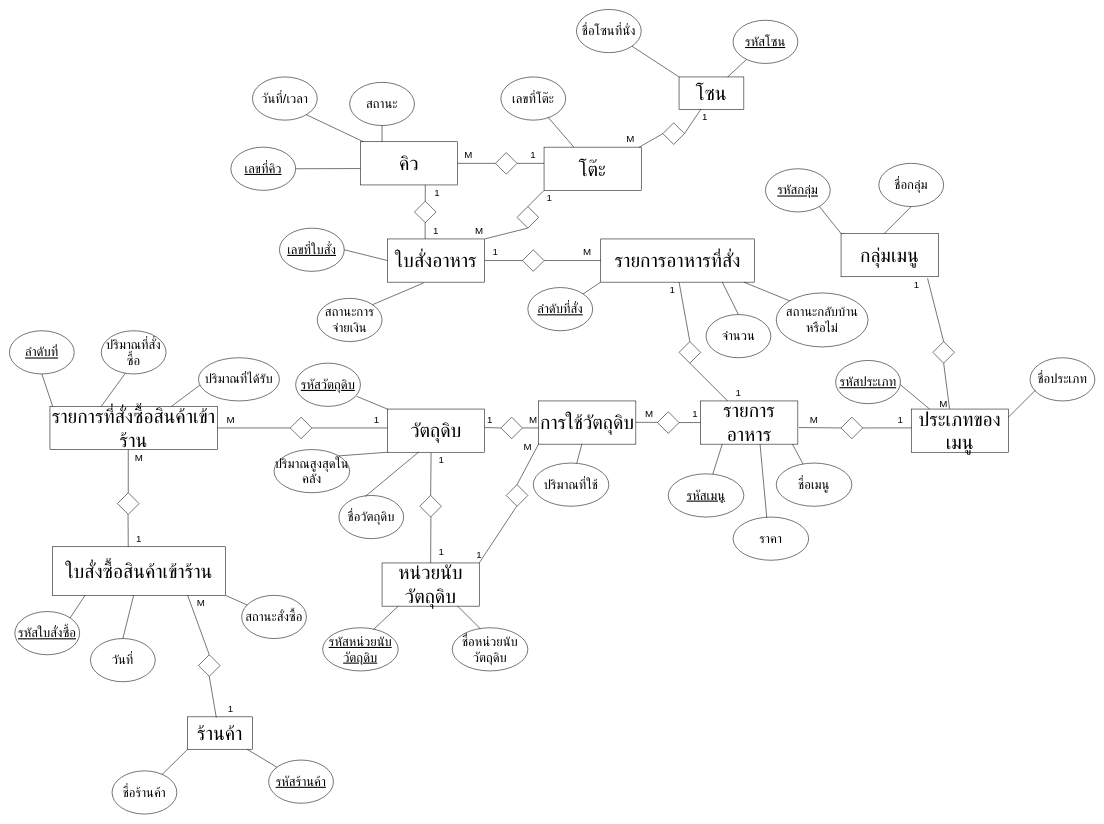
Before: แบบแผนที่ยังไม่ได้ตั้งชื่อ.drawio in banthitamakjeen/git-workshop, a draw.io diagram. Source tidied: cells renumbered, new cells numbered last; positions are measured from the earlier drawing's top-left corner, leaving out a move shared by most shapes. Both pictures are drawn from the tidied source at 54%, with x=0, y=0 at pixel (9, 9).
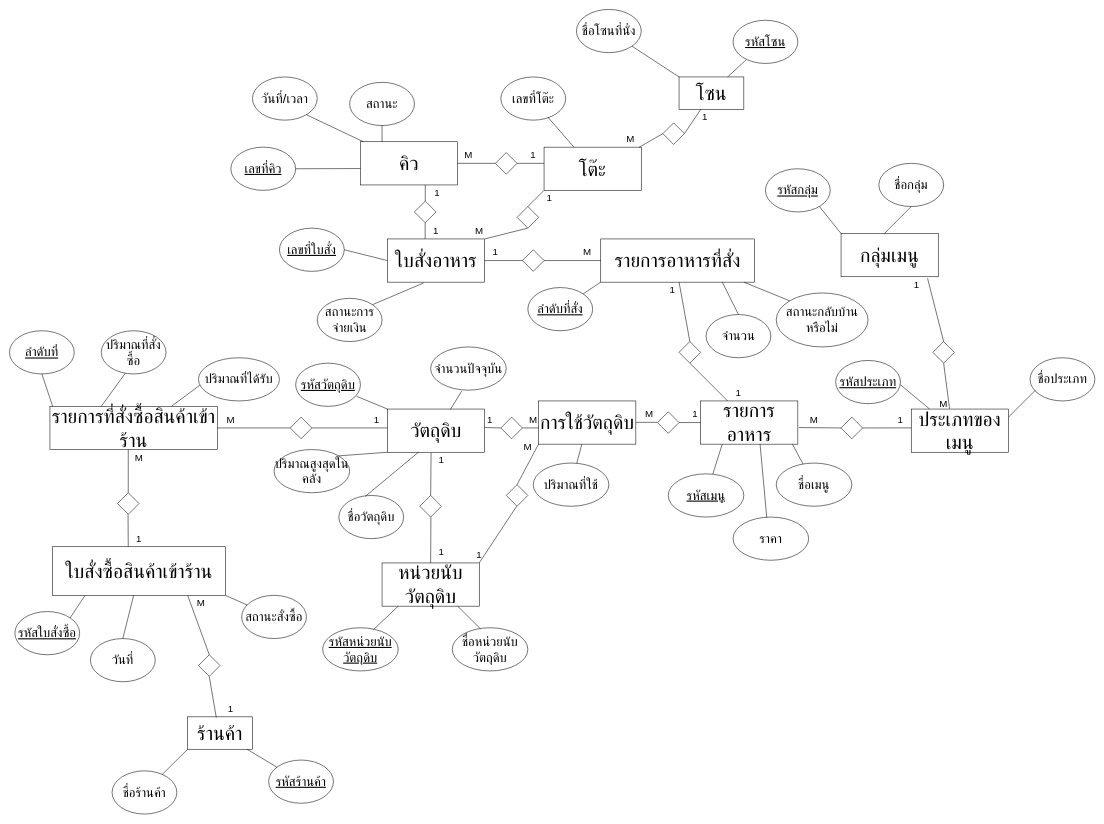
Above is the later version.

Unchanged cells that the change refers to:
```xml
<mxCell id="2" value="&lt;font style=&quot;font-size: 36px;&quot;&gt;วัตถุดิบ&lt;/font&gt;" style="rounded=0;whiteSpace=wrap;html=1;" parent="1" vertex="1">
  <mxGeometry x="700" y="740" width="180" height="80" as="geometry" />
</mxCell>
```

What changed in the source:
```diff
@@
+    <mxCell id="155" value="&lt;font style=&quot;font-size: 24px;&quot;&gt;จำนวนปัจจุบัน&lt;/font&gt;" style="ellipse;whiteSpace=wrap;html=1;" parent="1" vertex="1">
+      <mxGeometry x="780" y="625" width="140" height="80" as="geometry" />
+    </mxCell>
+    <mxCell id="156" style="endArrow=none;html=1;rounded=0;exitX=0.647;exitY=0.011;exitDx=0;exitDy=0;exitPerimeter=0;entryX=0.41;entryY=1.024;entryDx=0;entryDy=0;entryPerimeter=0;" parent="1" edge="1" source="2" target="155">
+      <mxGeometry relative="1" as="geometry" />
+    </mxCell>
```
